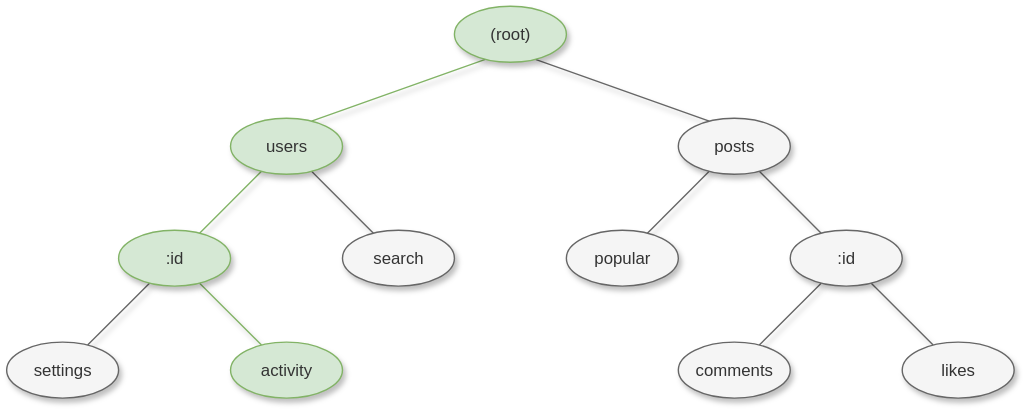
Before: assets/tree.svg, a diagram exported from draw.io (wilaak/radix-router). Source tidied: cells renumbered, new cells last; positions are measured from the earlier drawing's top-left corner, leaving out a move shared by most shapes.
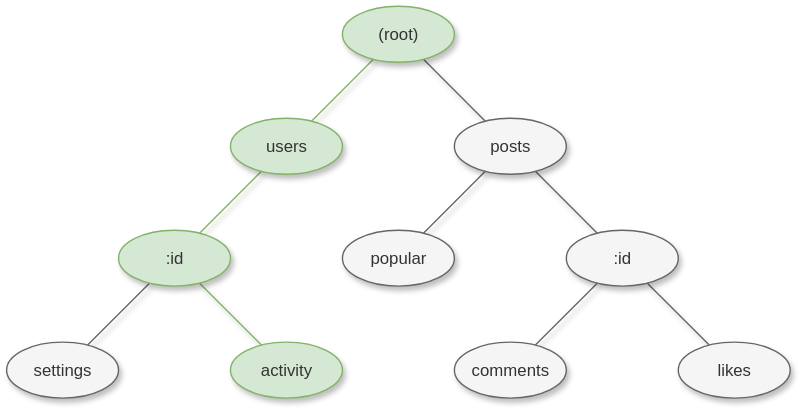
The same file after the commit.

Change to the diagram source:
```diff
@@ -11,9 +11,6 @@
     <mxCell id="4" style="endArrow=none;html=1;rounded=0;exitX=0.25;exitY=0;exitDx=0;exitDy=0;entryX=0.75;entryY=1;entryDx=0;entryDy=0;shadow=1;labelBorderColor=none;labelBackgroundColor=none;fontColor=#333333;convertToSvg=0;spacingTop=0;fillColor=#f5f5f5;strokeColor=#666666;fontStyle=0;fontFamily=Helvetica;strokeWidth=1;fontSize=12;verticalAlign=middle;align=center;textShadow=0;" parent="1" edge="1" source="20" target="18">
       <mxGeometry relative="1" as="geometry" />
     </mxCell>
-    <mxCell id="5" style="endArrow=none;html=1;rounded=0;exitX=0.25;exitY=0;exitDx=0;exitDy=0;entryX=0.75;entryY=1;entryDx=0;entryDy=0;shadow=1;labelBorderColor=none;labelBackgroundColor=none;fontColor=#333333;convertToSvg=0;spacingTop=0;fillColor=#f5f5f5;strokeColor=#666666;fontStyle=0;fontFamily=Helvetica;strokeWidth=1;fontSize=12;verticalAlign=middle;align=center;textShadow=0;" parent="1" edge="1" source="21" target="13">
-      <mxGeometry relative="1" as="geometry" />
-    </mxCell>
     <mxCell id="6" style="endArrow=none;html=1;rounded=0;exitX=0.75;exitY=0;exitDx=0;exitDy=0;entryX=0.25;entryY=1;entryDx=0;entryDy=0;fillColor=#f5f5f5;strokeColor=#666666;shadow=1;labelBorderColor=none;labelBackgroundColor=none;fontColor=#333333;convertToSvg=0;spacingTop=0;fontStyle=0;fontFamily=Helvetica;strokeWidth=1;fontSize=12;verticalAlign=middle;align=center;textShadow=0;" parent="1" edge="1" source="16" target="15">
       <mxGeometry relative="1" as="geometry" />
     </mxCell>
@@ -32,38 +29,35 @@
     <mxCell id="11" style="endArrow=none;html=1;rounded=0;entryX=0.25;entryY=1;entryDx=0;entryDy=0;exitX=0.75;exitY=0;exitDx=0;exitDy=0;fillColor=#d5e8d4;strokeColor=#82b366;endFill=0;startArrow=none;startFill=0;shadow=1;labelBorderColor=none;labelBackgroundColor=none;fontColor=#333333;convertToSvg=0;spacingTop=0;strokeWidth=1;fontStyle=0;fontFamily=Helvetica;fontSize=12;verticalAlign=middle;align=center;textShadow=0;" parent="1" edge="1" source="13" target="12">
       <mxGeometry relative="1" as="geometry" />
     </mxCell>
-    <mxCell id="12" value="(root)" style="whiteSpace=wrap;html=1;rounded=0;shadow=1;labelBackgroundColor=none;strokeWidth=1;fontFamily=Helvetica;fontSize=12;align=center;fillColor=#d5e8d4;strokeColor=#82b366;glass=0;labelBorderColor=none;fontColor=#333333;convertToSvg=0;spacingTop=0;shape=ellipse;fontStyle=0;verticalAlign=middle;perimeter=ellipsePerimeter;textShadow=0;" parent="1" vertex="1">
-      <mxGeometry x="320" width="80" height="40" as="geometry" />
+    <mxCell id="12" value="(root)" style="whiteSpace=wrap;html=1;rounded=1;shadow=1;labelBackgroundColor=none;strokeWidth=1;fontFamily=Helvetica;fontSize=12;align=center;fillColor=#d5e8d4;strokeColor=#82b366;glass=0;labelBorderColor=none;fontColor=#333333;convertToSvg=0;spacingTop=0;shape=ellipse;fontStyle=0;verticalAlign=middle;textShadow=0;perimeter=ellipsePerimeter;" parent="1" vertex="1">
+      <mxGeometry x="290" width="80" height="40" as="geometry" />
     </mxCell>
-    <mxCell id="13" value="users" style="whiteSpace=wrap;html=1;rounded=0;shadow=1;labelBackgroundColor=none;strokeWidth=1;fontFamily=Helvetica;fontSize=12;align=center;fillColor=#d5e8d4;strokeColor=#82b366;glass=0;labelBorderColor=none;fontColor=#333333;convertToSvg=0;spacingTop=0;shape=ellipse;fontStyle=0;verticalAlign=middle;perimeter=ellipsePerimeter;textShadow=0;" parent="1" vertex="1">
-      <mxGeometry x="160" y="80" width="80" height="40" as="geometry" />
+    <mxCell id="13" value="users" style="whiteSpace=wrap;html=1;rounded=1;shadow=1;labelBackgroundColor=none;strokeWidth=1;fontFamily=Helvetica;fontSize=12;align=center;fillColor=#d5e8d4;strokeColor=#82b366;glass=0;labelBorderColor=none;fontColor=#333333;convertToSvg=0;spacingTop=0;shape=ellipse;fontStyle=0;verticalAlign=middle;textShadow=0;perimeter=ellipsePerimeter;" parent="1" vertex="1">
+      <mxGeometry x="210" y="80" width="80" height="40" as="geometry" />
     </mxCell>
-    <mxCell id="14" value="posts" style="whiteSpace=wrap;html=1;rounded=0;shadow=1;labelBackgroundColor=none;strokeWidth=1;fontFamily=Helvetica;fontSize=12;align=center;glass=0;labelBorderColor=none;convertToSvg=0;spacingTop=0;fillColor=#f5f5f5;fontColor=#333333;strokeColor=#666666;shape=ellipse;fontStyle=0;verticalAlign=middle;perimeter=ellipsePerimeter;textShadow=0;" parent="1" vertex="1">
-      <mxGeometry x="480" y="80" width="80" height="40" as="geometry" />
+    <mxCell id="14" value="posts" style="whiteSpace=wrap;html=1;rounded=1;shadow=1;labelBackgroundColor=none;strokeWidth=1;fontFamily=Helvetica;fontSize=12;align=center;glass=0;labelBorderColor=none;convertToSvg=0;spacingTop=0;fillColor=#f5f5f5;fontColor=#333333;strokeColor=#666666;shape=ellipse;fontStyle=0;verticalAlign=middle;textShadow=0;perimeter=ellipsePerimeter;" parent="1" vertex="1">
+      <mxGeometry x="370" y="80" width="80" height="40" as="geometry" />
     </mxCell>
-    <mxCell id="15" value=":id" style="whiteSpace=wrap;html=1;rounded=0;shadow=1;labelBackgroundColor=none;strokeWidth=1;fontFamily=Helvetica;fontSize=12;align=center;fillColor=#d5e8d4;strokeColor=#82b366;glass=0;labelBorderColor=none;fontColor=#333333;convertToSvg=0;spacingTop=0;shape=ellipse;fontStyle=0;verticalAlign=middle;perimeter=ellipsePerimeter;textShadow=0;" parent="1" vertex="1">
-      <mxGeometry x="80" y="160" width="80" height="40" as="geometry" />
+    <mxCell id="15" value=":id" style="whiteSpace=wrap;html=1;rounded=1;shadow=1;labelBackgroundColor=none;strokeWidth=1;fontFamily=Helvetica;fontSize=12;align=center;fillColor=#d5e8d4;strokeColor=#82b366;glass=0;labelBorderColor=none;fontColor=#333333;convertToSvg=0;spacingTop=0;shape=ellipse;fontStyle=0;verticalAlign=middle;textShadow=0;perimeter=ellipsePerimeter;" parent="1" vertex="1">
+      <mxGeometry x="130" y="160" width="80" height="40" as="geometry" />
     </mxCell>
-    <mxCell id="16" value="settings" style="whiteSpace=wrap;html=1;rounded=0;shadow=1;labelBackgroundColor=none;strokeWidth=1;fontFamily=Helvetica;fontSize=12;align=center;fillColor=#f5f5f5;strokeColor=#666666;glass=0;labelBorderColor=none;convertToSvg=0;spacingTop=0;fontColor=#333333;shape=ellipse;fontStyle=0;verticalAlign=middle;perimeter=ellipsePerimeter;textShadow=0;" parent="1" vertex="1">
-      <mxGeometry y="240" width="80" height="40" as="geometry" />
+    <mxCell id="16" value="settings" style="whiteSpace=wrap;html=1;rounded=1;shadow=1;labelBackgroundColor=none;strokeWidth=1;fontFamily=Helvetica;fontSize=12;align=center;fillColor=#f5f5f5;strokeColor=#666666;glass=0;labelBorderColor=none;convertToSvg=0;spacingTop=0;fontColor=#333333;shape=ellipse;fontStyle=0;verticalAlign=middle;textShadow=0;perimeter=ellipsePerimeter;" parent="1" vertex="1">
+      <mxGeometry x="50" y="240" width="80" height="40" as="geometry" />
     </mxCell>
-    <mxCell id="17" value="popular" style="whiteSpace=wrap;html=1;rounded=0;shadow=1;labelBackgroundColor=none;strokeWidth=1;fontFamily=Helvetica;fontSize=12;align=center;fillColor=#f5f5f5;strokeColor=#666666;glass=0;labelBorderColor=none;convertToSvg=0;spacingTop=0;fontColor=#333333;shape=ellipse;fontStyle=0;verticalAlign=middle;perimeter=ellipsePerimeter;textShadow=0;" parent="1" vertex="1">
-      <mxGeometry x="400" y="160" width="80" height="40" as="geometry" />
+    <mxCell id="17" value="popular" style="whiteSpace=wrap;html=1;rounded=1;shadow=1;labelBackgroundColor=none;strokeWidth=1;fontFamily=Helvetica;fontSize=12;align=center;fillColor=#f5f5f5;strokeColor=#666666;glass=0;labelBorderColor=none;convertToSvg=0;spacingTop=0;fontColor=#333333;shape=ellipse;fontStyle=0;verticalAlign=middle;textShadow=0;perimeter=ellipsePerimeter;" parent="1" vertex="1">
+      <mxGeometry x="290" y="160" width="80" height="40" as="geometry" />
     </mxCell>
-    <mxCell id="18" value=":id" style="whiteSpace=wrap;html=1;rounded=0;shadow=1;labelBackgroundColor=none;strokeWidth=1;fontFamily=Helvetica;fontSize=12;align=center;glass=0;labelBorderColor=none;convertToSvg=0;spacingTop=0;fillColor=#f5f5f5;fontColor=#333333;strokeColor=#666666;shape=ellipse;fontStyle=0;verticalAlign=middle;perimeter=ellipsePerimeter;textShadow=0;" parent="1" vertex="1">
-      <mxGeometry x="560" y="160" width="80" height="40" as="geometry" />
+    <mxCell id="18" value=":id" style="whiteSpace=wrap;html=1;rounded=1;shadow=1;labelBackgroundColor=none;strokeWidth=1;fontFamily=Helvetica;fontSize=12;align=center;glass=0;labelBorderColor=none;convertToSvg=0;spacingTop=0;fillColor=#f5f5f5;fontColor=#333333;strokeColor=#666666;shape=ellipse;fontStyle=0;verticalAlign=middle;textShadow=0;perimeter=ellipsePerimeter;" parent="1" vertex="1">
+      <mxGeometry x="450" y="160" width="80" height="40" as="geometry" />
     </mxCell>
-    <mxCell id="19" value="comments" style="whiteSpace=wrap;html=1;rounded=0;shadow=1;labelBackgroundColor=none;strokeWidth=1;fontFamily=Helvetica;fontSize=12;align=center;glass=0;labelBorderColor=none;convertToSvg=0;spacingTop=0;fillColor=#f5f5f5;fontColor=#333333;strokeColor=#666666;shape=ellipse;fontStyle=0;verticalAlign=middle;perimeter=ellipsePerimeter;textShadow=0;" parent="1" vertex="1">
-      <mxGeometry x="480" y="240" width="80" height="40" as="geometry" />
+    <mxCell id="19" value="comments" style="whiteSpace=wrap;html=1;rounded=1;shadow=1;labelBackgroundColor=none;strokeWidth=1;fontFamily=Helvetica;fontSize=12;align=center;glass=0;labelBorderColor=none;convertToSvg=0;spacingTop=0;fillColor=#f5f5f5;fontColor=#333333;strokeColor=#666666;shape=ellipse;fontStyle=0;verticalAlign=middle;textShadow=0;perimeter=ellipsePerimeter;" parent="1" vertex="1">
+      <mxGeometry x="370" y="240" width="80" height="40" as="geometry" />
     </mxCell>
-    <mxCell id="20" value="likes" style="whiteSpace=wrap;html=1;rounded=0;shadow=1;labelBackgroundColor=none;strokeWidth=1;fontFamily=Helvetica;fontSize=12;align=center;glass=0;labelBorderColor=none;convertToSvg=0;spacingTop=0;fillColor=#f5f5f5;fontColor=#333333;strokeColor=#666666;shape=ellipse;fontStyle=0;verticalAlign=middle;perimeter=ellipsePerimeter;textShadow=0;" parent="1" vertex="1">
-      <mxGeometry x="640" y="240" width="80" height="40" as="geometry" />
+    <mxCell id="20" value="likes" style="whiteSpace=wrap;html=1;rounded=1;shadow=1;labelBackgroundColor=none;strokeWidth=1;fontFamily=Helvetica;fontSize=12;align=center;glass=0;labelBorderColor=none;convertToSvg=0;spacingTop=0;fillColor=#f5f5f5;fontColor=#333333;strokeColor=#666666;shape=ellipse;fontStyle=0;verticalAlign=middle;textShadow=0;perimeter=ellipsePerimeter;" parent="1" vertex="1">
+      <mxGeometry x="530" y="240" width="80" height="40" as="geometry" />
     </mxCell>
-    <mxCell id="21" value="search" style="whiteSpace=wrap;html=1;rounded=0;shadow=1;labelBackgroundColor=none;strokeWidth=1;fontFamily=Helvetica;fontSize=12;align=center;fillColor=#f5f5f5;strokeColor=#666666;glass=0;labelBorderColor=none;convertToSvg=0;spacingTop=0;fontColor=#333333;shape=ellipse;fontStyle=0;verticalAlign=middle;perimeter=ellipsePerimeter;textShadow=0;" parent="1" vertex="1">
-      <mxGeometry x="240" y="160" width="80" height="40" as="geometry" />
-    </mxCell>
-    <mxCell id="22" value="activity" style="whiteSpace=wrap;html=1;rounded=0;shadow=1;labelBackgroundColor=none;strokeWidth=1;fontFamily=Helvetica;fontSize=12;align=center;fillColor=#d5e8d4;strokeColor=#82b366;glass=0;labelBorderColor=none;fontColor=#333333;convertToSvg=0;spacingTop=0;shape=ellipse;fontStyle=0;verticalAlign=middle;perimeter=ellipsePerimeter;textShadow=0;" parent="1" vertex="1">
-      <mxGeometry x="160" y="240" width="80" height="40" as="geometry" />
+    <mxCell id="22" value="activity" style="whiteSpace=wrap;html=1;rounded=1;shadow=1;labelBackgroundColor=none;strokeWidth=1;fontFamily=Helvetica;fontSize=12;align=center;fillColor=#d5e8d4;strokeColor=#82b366;glass=0;labelBorderColor=none;fontColor=#333333;convertToSvg=0;spacingTop=0;shape=ellipse;fontStyle=0;verticalAlign=middle;textShadow=0;perimeter=ellipsePerimeter;" parent="1" vertex="1">
+      <mxGeometry x="210" y="240" width="80" height="40" as="geometry" />
     </mxCell>
   </root>
 </mxGraphModel>
```
